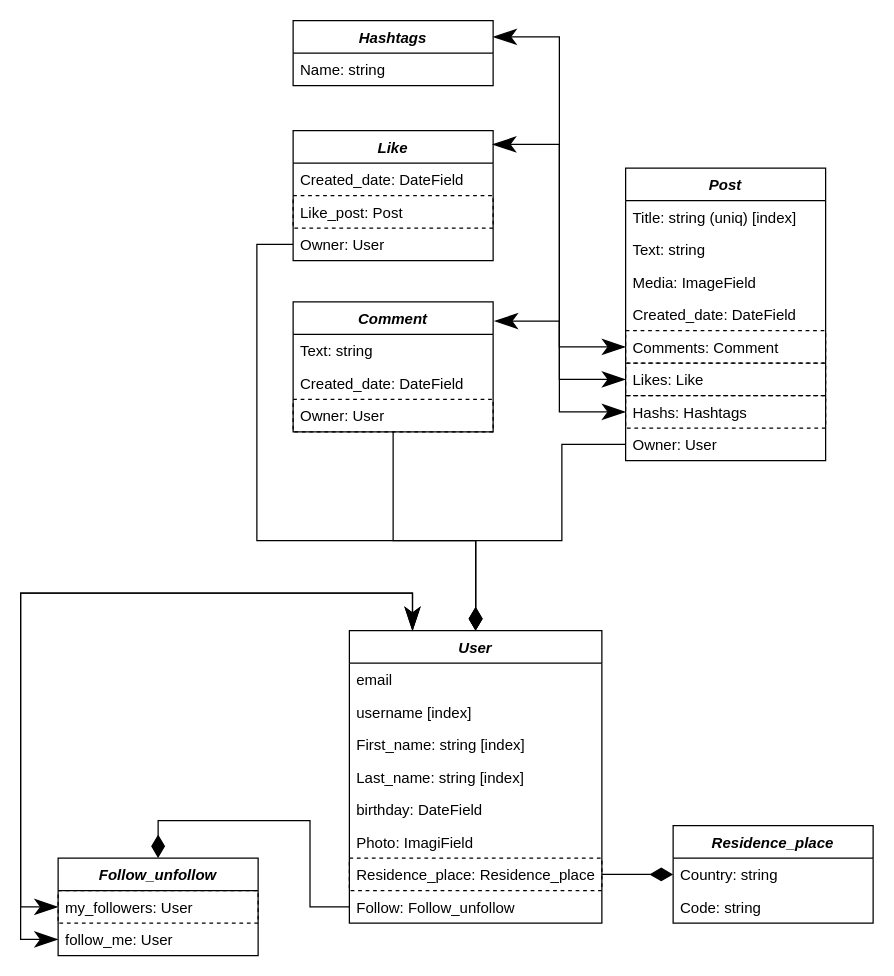
Above: SocialMediaAPI_schema.drawio in AlexGrytsai/SocialMediaAPI (draw.io), before the change. Source tidied: cells renumbered, new cells numbered last; positions are measured from the earlier drawing's top-left corner, leaving out a move shared by most shapes. Both pictures are drawn from the tidied source at 125%, with x=0, y=0 at pixel (58, 20).
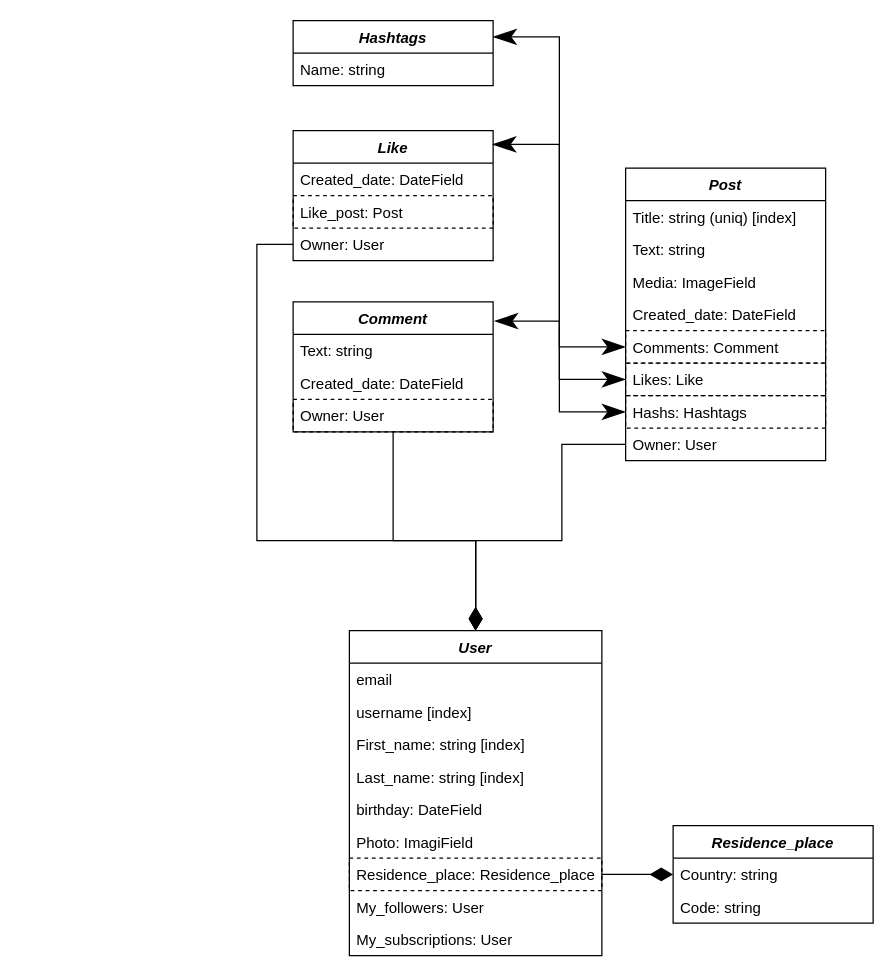
The same diagram, later.

Commit message:
defined fields "my_followers" and "my_subscriptions" User in schema

Diff of the diagram source:
```diff
@@
     <mxCell id="5" value="User" style="swimlane;fontStyle=3;align=center;verticalAlign=top;horizontal=1;startSize=26;rounded=0;shadow=0;strokeWidth=1;" parent="1" vertex="1">
-      <mxGeometry x="233" y="488" width="202" height="234" as="geometry" />
+      <mxGeometry x="233" y="488" width="202" height="260" as="geometry" />
     </mxCell>
@@
-    <mxCell id="13" value="Follow: Follow_unfollow" style="text;align=left;verticalAlign=top;spacingLeft=4;spacingRight=4;overflow=hidden;points=[[0,0.5],[1,0.5]];portConstraint=eastwest;rounded=0;shadow=0;html=0;" parent="5" vertex="1">
+    <mxCell id="13" value="My_followers: User" style="text;align=left;verticalAlign=top;spacingLeft=4;spacingRight=4;overflow=hidden;points=[[0,0.5],[1,0.5]];portConstraint=eastwest;rounded=0;shadow=0;html=0;" parent="5" vertex="1">
       <mxGeometry y="208" width="202" height="26" as="geometry" />
     </mxCell>
+    <mxCell id="46" value="My_subscriptions: User" style="text;align=left;verticalAlign=top;spacingLeft=4;spacingRight=4;overflow=hidden;rounded=0;shadow=0;html=0;" parent="5" vertex="1">
+      <mxGeometry y="234" width="202" height="26" as="geometry" />
+    </mxCell>
@@
-    <mxCell id="15" value="Follow_unfollow" style="swimlane;fontStyle=3;align=center;verticalAlign=top;horizontal=1;startSize=26;rounded=0;shadow=0;strokeWidth=1;" parent="1" vertex="1">
-      <mxGeometry y="670" width="160" height="78" as="geometry" />
-    </mxCell>
-    <mxCell id="16" value="my_followers: User" style="text;align=left;verticalAlign=top;spacingLeft=4;spacingRight=4;overflow=hidden;points=[[0,0.5],[1,0.5]];portConstraint=eastwest;dashed=1;strokeColor=default;" parent="15" vertex="1">
-      <mxGeometry y="26" width="160" height="26" as="geometry" />
-    </mxCell>
-    <mxCell id="17" value="follow_me: User" style="text;align=left;verticalAlign=top;spacingLeft=4;spacingRight=4;overflow=hidden;points=[[0,0.5],[1,0.5]];portConstraint=eastwest;strokeColor=none;" parent="15" vertex="1">
-      <mxGeometry y="52" width="160" height="26" as="geometry" />
-    </mxCell>
-    <mxCell id="18" style="edgeStyle=orthogonalEdgeStyle;rounded=0;jettySize=auto;html=1;entryX=0.25;entryY=0;entryDx=0;entryDy=0;startArrow=classicThin;startFill=1;endSize=16;startSize=16;endArrow=classicThin;endFill=1;exitX=0;exitY=0.5;exitDx=0;exitDy=0;" parent="1" edge="1" source="16" target="5">
-      <mxGeometry relative="1" as="geometry" />
-    </mxCell>
-    <mxCell id="19" style="edgeStyle=orthogonalEdgeStyle;rounded=0;jettySize=auto;html=1;entryX=0.25;entryY=0;entryDx=0;entryDy=0;startArrow=classicThin;startFill=1;endArrow=classicThin;endFill=1;endSize=16;startSize=16;exitX=0;exitY=0.5;exitDx=0;exitDy=0;" parent="1" edge="1" source="17" target="5">
-      <mxGeometry relative="1" as="geometry" />
-    </mxCell>
-    <mxCell id="20" style="edgeStyle=orthogonalEdgeStyle;rounded=0;jettySize=auto;html=1;entryX=0.5;entryY=0;entryDx=0;entryDy=0;endArrow=diamondThin;endFill=1;endSize=16;" parent="1" edge="1" source="13" target="15">
-      <mxGeometry relative="1" as="geometry" />
-    </mxCell>
```
